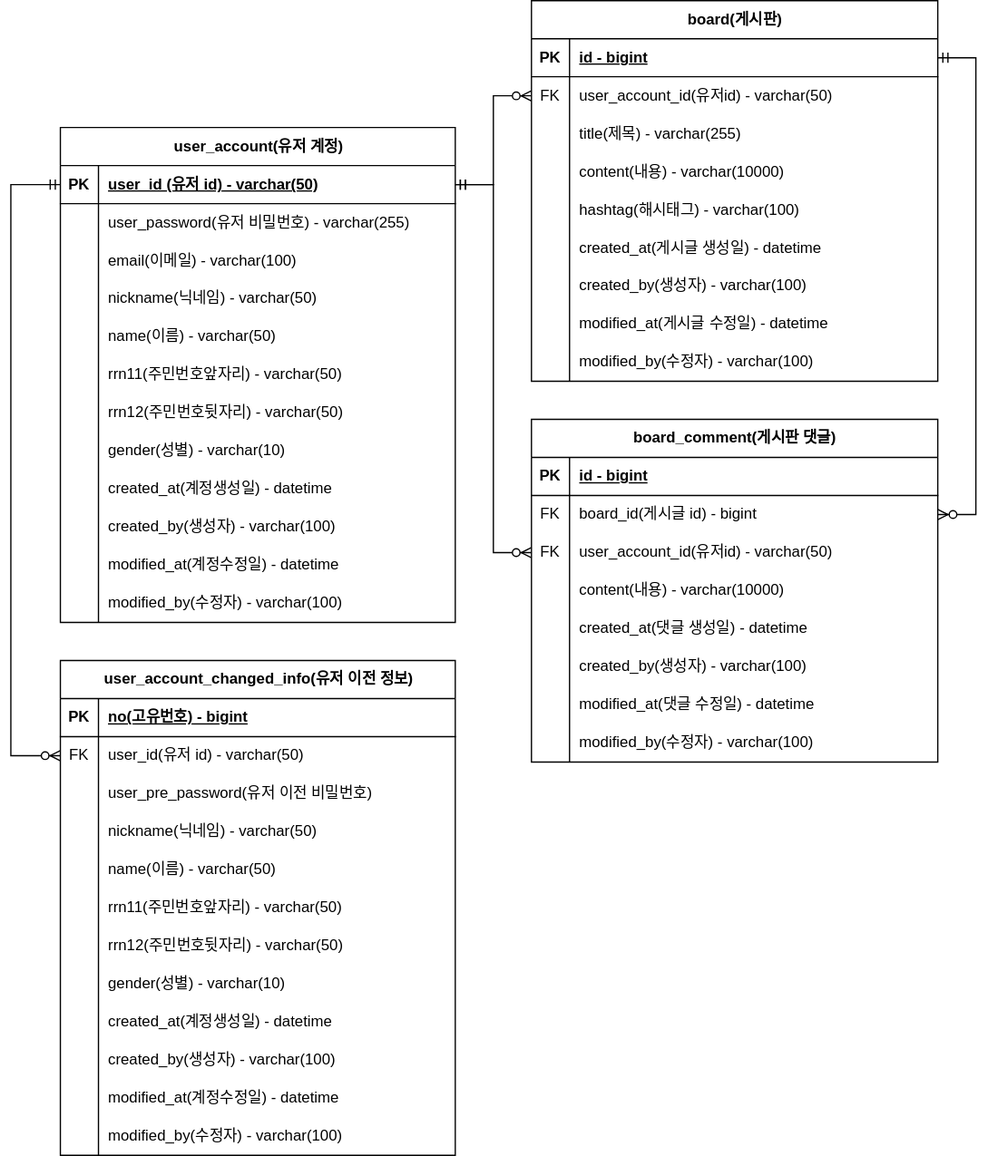
Earlier version of the draw.io export document/basic-be-board-erd.svg (DoWhateverUWant/basic-be). Source tidied: cells renumbered, new cells last; positions are measured from the earlier drawing's top-left corner, leaving out a move shared by most shapes.
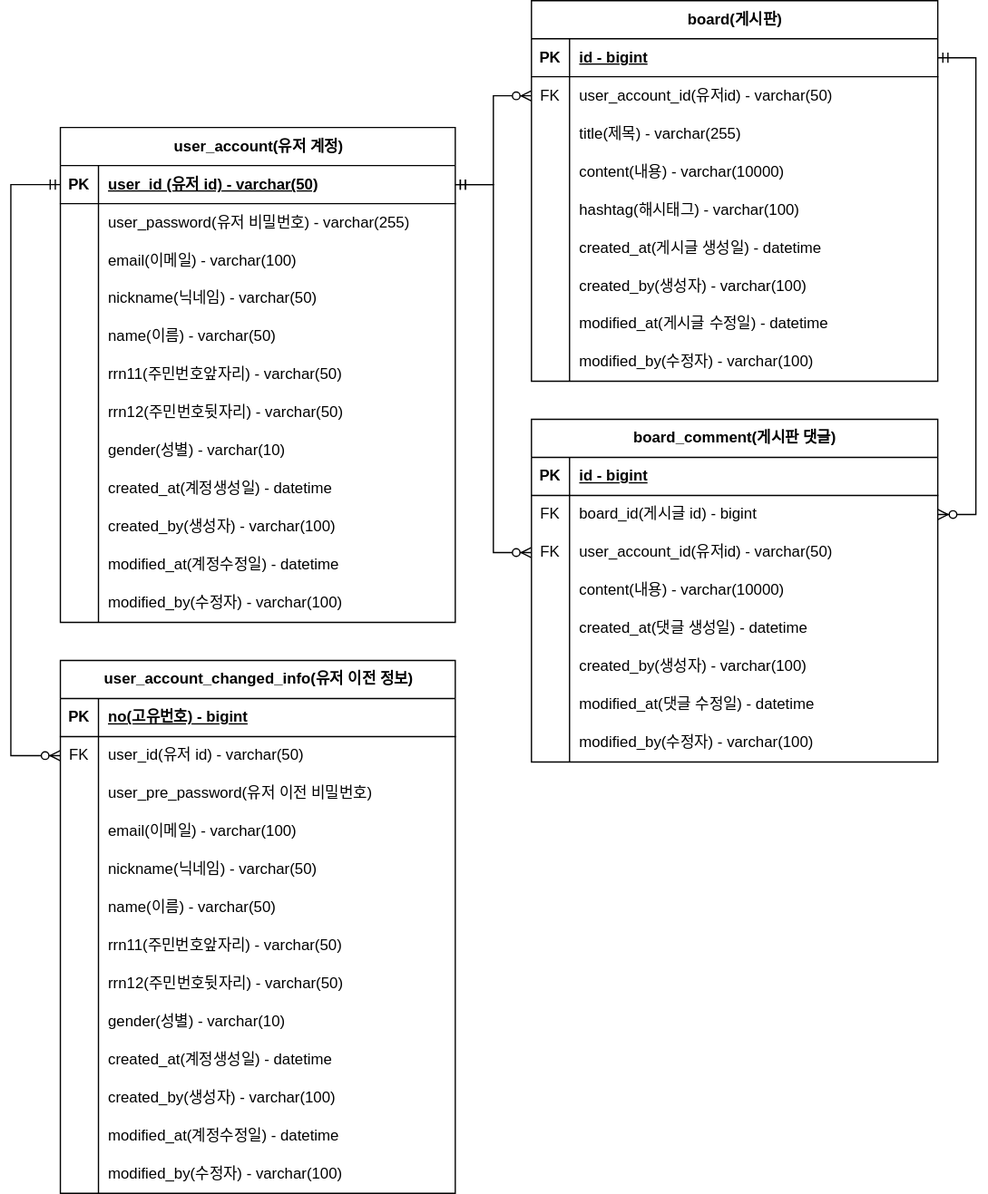
Later version of the same file.

Commit message:
Docs: basic be ERD 수정

The edit, as a diff of the source:
```diff
@@ -114,7 +114,7 @@
       <mxGeometry x="30" width="281" height="30" as="geometry" />
     </mxCell>
     <mxCell id="39" value="user_account_changed_info(유저 이전 정보)" style="shape=table;startSize=30;rowLines=0;fontStyle=1;align=center;html=1;" parent="1" vertex="1">
-      <mxGeometry x="39" y="520" width="311" height="390" as="geometry" />
+      <mxGeometry x="39" y="520" width="311" height="420" as="geometry" />
     </mxCell>
     <mxCell id="40" style="shape=tableRow;horizontal=0;startSize=0;swimlaneHead=0;swimlaneBody=0;fillColor=none;top=0;left=0;right=0;bottom=1;" parent="39" vertex="1">
       <mxGeometry y="30" width="311" height="30" as="geometry" />
@@ -149,7 +149,7 @@
     <mxCell id="50" style="shape=partialRectangle;fillColor=none;top=0;left=0;bottom=0;right=0;overflow=hidden;whiteSpace=wrap;html=1;" parent="49" vertex="1">
       <mxGeometry width="30" height="30" as="geometry" />
     </mxCell>
-    <mxCell id="51" value="nickname(닉네임) - varchar(50)" style="shape=partialRectangle;fillColor=none;top=0;left=0;bottom=0;right=0;align=left;spacingLeft=6;overflow=hidden;whiteSpace=wrap;html=1;" parent="49" vertex="1">
+    <mxCell id="51" value="email(이메일) - varchar(100)" style="shape=partialRectangle;fillColor=none;top=0;left=0;bottom=0;right=0;align=left;spacingLeft=6;overflow=hidden;whiteSpace=wrap;html=1;" parent="49" vertex="1">
       <mxGeometry x="30" width="281" height="30" as="geometry" />
     </mxCell>
     <mxCell id="52" style="shape=tableRow;horizontal=0;startSize=0;swimlaneHead=0;swimlaneBody=0;fillColor=none;top=0;left=0;right=0;bottom=0;" parent="39" vertex="1">
@@ -158,7 +158,7 @@
     <mxCell id="53" style="shape=partialRectangle;fillColor=none;top=0;left=0;bottom=0;right=0;overflow=hidden;whiteSpace=wrap;html=1;" parent="52" vertex="1">
       <mxGeometry width="30" height="30" as="geometry" />
     </mxCell>
-    <mxCell id="54" value="name(이름) - varchar(50)" style="shape=partialRectangle;fillColor=none;top=0;left=0;bottom=0;right=0;align=left;spacingLeft=6;overflow=hidden;whiteSpace=wrap;html=1;" parent="52" vertex="1">
+    <mxCell id="54" value="nickname(닉네임) - varchar(50)" style="shape=partialRectangle;fillColor=none;top=0;left=0;bottom=0;right=0;align=left;spacingLeft=6;overflow=hidden;whiteSpace=wrap;html=1;" parent="52" vertex="1">
       <mxGeometry x="30" width="281" height="30" as="geometry" />
     </mxCell>
     <mxCell id="55" style="shape=tableRow;horizontal=0;startSize=0;swimlaneHead=0;swimlaneBody=0;fillColor=none;top=0;left=0;right=0;bottom=0;" parent="39" vertex="1">
@@ -167,7 +167,7 @@
     <mxCell id="56" style="shape=partialRectangle;fillColor=none;top=0;left=0;bottom=0;right=0;overflow=hidden;whiteSpace=wrap;html=1;" parent="55" vertex="1">
       <mxGeometry width="30" height="30" as="geometry" />
     </mxCell>
-    <mxCell id="57" value="rrn11(주민번호앞자리) - varchar(50)" style="shape=partialRectangle;fillColor=none;top=0;left=0;bottom=0;right=0;align=left;spacingLeft=6;overflow=hidden;whiteSpace=wrap;html=1;" parent="55" vertex="1">
+    <mxCell id="57" value="name(이름) - varchar(50)" style="shape=partialRectangle;fillColor=none;top=0;left=0;bottom=0;right=0;align=left;spacingLeft=6;overflow=hidden;whiteSpace=wrap;html=1;" parent="55" vertex="1">
       <mxGeometry x="30" width="281" height="30" as="geometry" />
     </mxCell>
     <mxCell id="58" style="shape=tableRow;horizontal=0;startSize=0;swimlaneHead=0;swimlaneBody=0;fillColor=none;top=0;left=0;right=0;bottom=0;" parent="39" vertex="1">
@@ -176,7 +176,7 @@
     <mxCell id="59" style="shape=partialRectangle;fillColor=none;top=0;left=0;bottom=0;right=0;overflow=hidden;whiteSpace=wrap;html=1;" parent="58" vertex="1">
       <mxGeometry width="30" height="30" as="geometry" />
     </mxCell>
-    <mxCell id="60" value="rrn12(주민번호뒷자리) - varchar(50)" style="shape=partialRectangle;fillColor=none;top=0;left=0;bottom=0;right=0;align=left;spacingLeft=6;overflow=hidden;whiteSpace=wrap;html=1;" parent="58" vertex="1">
+    <mxCell id="60" value="rrn11(주민번호앞자리) - varchar(50)" style="shape=partialRectangle;fillColor=none;top=0;left=0;bottom=0;right=0;align=left;spacingLeft=6;overflow=hidden;whiteSpace=wrap;html=1;" parent="58" vertex="1">
       <mxGeometry x="30" width="281" height="30" as="geometry" />
     </mxCell>
     <mxCell id="61" style="shape=tableRow;horizontal=0;startSize=0;swimlaneHead=0;swimlaneBody=0;fillColor=none;top=0;left=0;right=0;bottom=0;" parent="39" vertex="1">
@@ -185,7 +185,7 @@
     <mxCell id="62" style="shape=partialRectangle;fillColor=none;top=0;left=0;bottom=0;right=0;overflow=hidden;whiteSpace=wrap;html=1;" parent="61" vertex="1">
       <mxGeometry width="30" height="30" as="geometry" />
     </mxCell>
-    <mxCell id="63" value="gender(성별) - varchar(10)" style="shape=partialRectangle;fillColor=none;top=0;left=0;bottom=0;right=0;align=left;spacingLeft=6;overflow=hidden;whiteSpace=wrap;html=1;" parent="61" vertex="1">
+    <mxCell id="63" value="rrn12(주민번호뒷자리) - varchar(50)" style="shape=partialRectangle;fillColor=none;top=0;left=0;bottom=0;right=0;align=left;spacingLeft=6;overflow=hidden;whiteSpace=wrap;html=1;" parent="61" vertex="1">
       <mxGeometry x="30" width="281" height="30" as="geometry" />
     </mxCell>
     <mxCell id="64" style="shape=tableRow;horizontal=0;startSize=0;swimlaneHead=0;swimlaneBody=0;fillColor=none;top=0;left=0;right=0;bottom=0;" parent="39" vertex="1">
@@ -194,7 +194,7 @@
     <mxCell id="65" style="shape=partialRectangle;fillColor=none;top=0;left=0;bottom=0;right=0;overflow=hidden;whiteSpace=wrap;html=1;" parent="64" vertex="1">
       <mxGeometry width="30" height="30" as="geometry" />
     </mxCell>
-    <mxCell id="66" value="created_at(계정생성일) - datetime" style="shape=partialRectangle;fillColor=none;top=0;left=0;bottom=0;right=0;align=left;spacingLeft=6;overflow=hidden;whiteSpace=wrap;html=1;" parent="64" vertex="1">
+    <mxCell id="66" value="gender(성별) - varchar(10)" style="shape=partialRectangle;fillColor=none;top=0;left=0;bottom=0;right=0;align=left;spacingLeft=6;overflow=hidden;whiteSpace=wrap;html=1;" parent="64" vertex="1">
       <mxGeometry x="30" width="281" height="30" as="geometry" />
     </mxCell>
     <mxCell id="67" style="shape=tableRow;horizontal=0;startSize=0;swimlaneHead=0;swimlaneBody=0;fillColor=none;top=0;left=0;right=0;bottom=0;" parent="39" vertex="1">
@@ -203,7 +203,7 @@
     <mxCell id="68" style="shape=partialRectangle;fillColor=none;top=0;left=0;bottom=0;right=0;overflow=hidden;whiteSpace=wrap;html=1;" parent="67" vertex="1">
       <mxGeometry width="30" height="30" as="geometry" />
     </mxCell>
-    <mxCell id="69" value="created_by(생성자) - varchar(100)" style="shape=partialRectangle;fillColor=none;top=0;left=0;bottom=0;right=0;align=left;spacingLeft=6;overflow=hidden;whiteSpace=wrap;html=1;" parent="67" vertex="1">
+    <mxCell id="69" value="created_at(계정생성일) - datetime" style="shape=partialRectangle;fillColor=none;top=0;left=0;bottom=0;right=0;align=left;spacingLeft=6;overflow=hidden;whiteSpace=wrap;html=1;" parent="67" vertex="1">
       <mxGeometry x="30" width="281" height="30" as="geometry" />
     </mxCell>
     <mxCell id="70" style="shape=tableRow;horizontal=0;startSize=0;swimlaneHead=0;swimlaneBody=0;fillColor=none;top=0;left=0;right=0;bottom=0;" parent="39" vertex="1">
@@ -212,7 +212,7 @@
     <mxCell id="71" style="shape=partialRectangle;fillColor=none;top=0;left=0;bottom=0;right=0;overflow=hidden;whiteSpace=wrap;html=1;" parent="70" vertex="1">
       <mxGeometry width="30" height="30" as="geometry" />
     </mxCell>
-    <mxCell id="72" value="modified_at(계정수정일) - datetime" style="shape=partialRectangle;fillColor=none;top=0;left=0;bottom=0;right=0;align=left;spacingLeft=6;overflow=hidden;whiteSpace=wrap;html=1;" parent="70" vertex="1">
+    <mxCell id="72" value="created_by(생성자) - varchar(100)" style="shape=partialRectangle;fillColor=none;top=0;left=0;bottom=0;right=0;align=left;spacingLeft=6;overflow=hidden;whiteSpace=wrap;html=1;" parent="70" vertex="1">
       <mxGeometry x="30" width="281" height="30" as="geometry" />
     </mxCell>
     <mxCell id="73" style="shape=tableRow;horizontal=0;startSize=0;swimlaneHead=0;swimlaneBody=0;fillColor=none;top=0;left=0;right=0;bottom=0;" parent="39" vertex="1">
@@ -221,9 +221,18 @@
     <mxCell id="74" style="shape=partialRectangle;fillColor=none;top=0;left=0;bottom=0;right=0;overflow=hidden;whiteSpace=wrap;html=1;" parent="73" vertex="1">
       <mxGeometry width="30" height="30" as="geometry" />
     </mxCell>
-    <mxCell id="75" value="modified_by(수정자) - varchar(100)" style="shape=partialRectangle;fillColor=none;top=0;left=0;bottom=0;right=0;align=left;spacingLeft=6;overflow=hidden;whiteSpace=wrap;html=1;" parent="73" vertex="1">
+    <mxCell id="75" value="modified_at(계정수정일) - datetime" style="shape=partialRectangle;fillColor=none;top=0;left=0;bottom=0;right=0;align=left;spacingLeft=6;overflow=hidden;whiteSpace=wrap;html=1;" parent="73" vertex="1">
       <mxGeometry x="30" width="281" height="30" as="geometry" />
     </mxCell>
+    <mxCell id="133" style="shape=tableRow;horizontal=0;startSize=0;swimlaneHead=0;swimlaneBody=0;fillColor=none;top=0;left=0;right=0;bottom=0;" parent="39" vertex="1">
+      <mxGeometry y="390" width="311" height="30" as="geometry" />
+    </mxCell>
+    <mxCell id="134" style="shape=partialRectangle;fillColor=none;top=0;left=0;bottom=0;right=0;overflow=hidden;whiteSpace=wrap;html=1;" parent="133" vertex="1">
+      <mxGeometry width="30" height="30" as="geometry" />
+    </mxCell>
+    <mxCell id="135" value="modified_by(수정자) - varchar(100)" style="shape=partialRectangle;fillColor=none;top=0;left=0;bottom=0;right=0;align=left;spacingLeft=6;overflow=hidden;whiteSpace=wrap;html=1;" parent="133" vertex="1">
+      <mxGeometry x="30" width="281" height="30" as="geometry" />
+    </mxCell>
     <mxCell id="76" value="board(게시판)" style="shape=table;startSize=30;rowLines=0;fontStyle=1;align=center;html=1;" parent="1" vertex="1">
       <mxGeometry x="410" width="320" height="300" as="geometry" />
     </mxCell>
```
